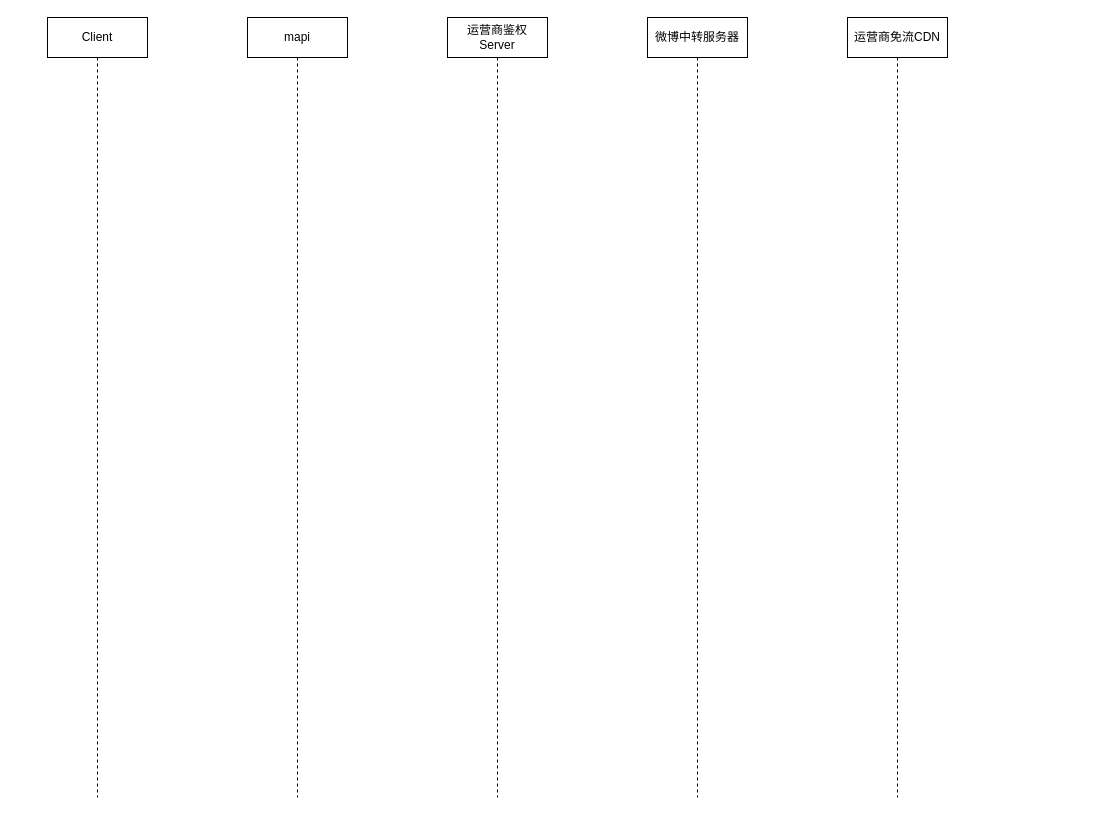
The draw.io diagram page "时序图" (2 of 2) of weibo/微博免流.drawio in huabeiyipilang/disk, before the edit. Source tidied: cells renumbered, new cells numbered last; positions are measured from the earlier drawing's top-left corner, leaving out a move shared by most shapes. Both pictures are drawn from the tidied source at 100%, with x=0, y=0 at pixel (47, 17).
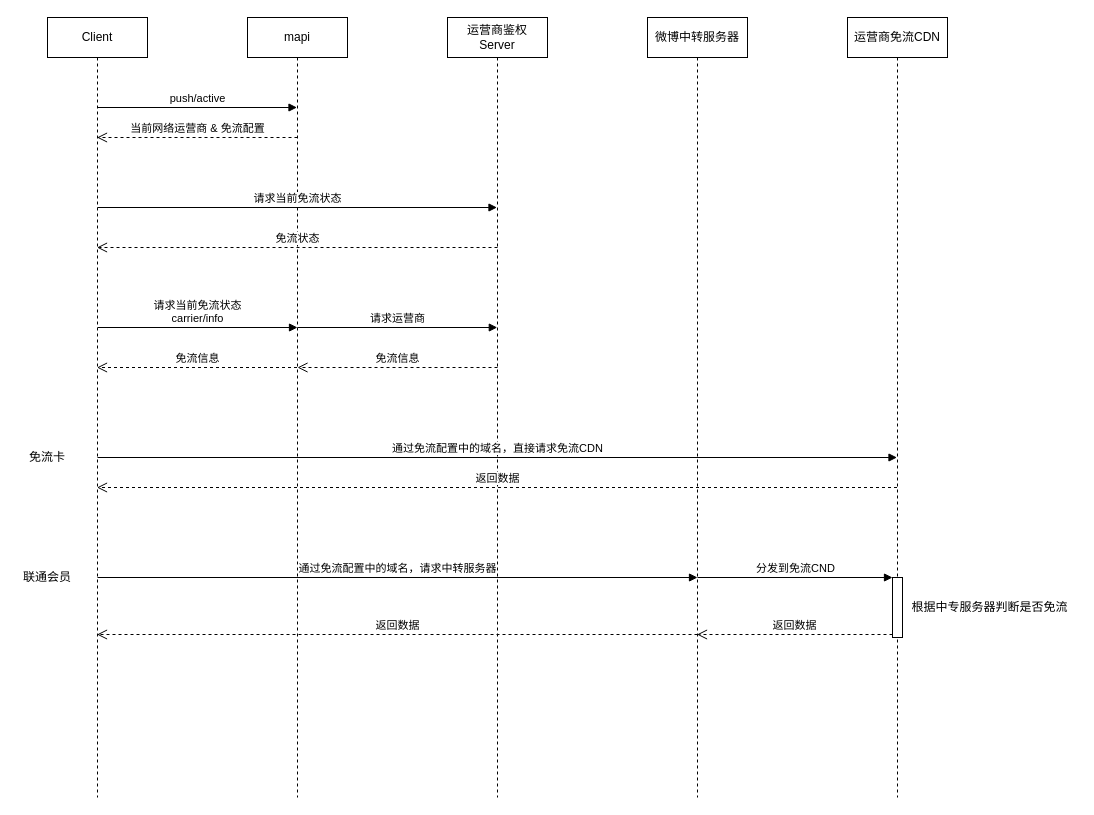
Above is the later version.

Unchanged cells that the change refers to:
```xml
<mxCell id="2" value="Client" style="shape=umlLifeline;perimeter=lifelinePerimeter;whiteSpace=wrap;html=1;outlineConnect=0;" parent="1" vertex="1">
  <mxGeometry width="100" height="780" as="geometry" />
</mxCell>
<mxCell id="3" value="mapi" style="shape=umlLifeline;perimeter=lifelinePerimeter;whiteSpace=wrap;html=1;outlineConnect=0;" parent="1" vertex="1">
  <mxGeometry x="200" width="100" height="780" as="geometry" />
</mxCell>
<mxCell id="4" value="运营商鉴权&lt;br&gt;Server" style="shape=umlLifeline;perimeter=lifelinePerimeter;whiteSpace=wrap;html=1;outlineConnect=0;" parent="1" vertex="1">
  <mxGeometry x="400" width="100" height="780" as="geometry" />
</mxCell>
<mxCell id="5" value="微博中转服务器" style="shape=umlLifeline;perimeter=lifelinePerimeter;whiteSpace=wrap;html=1;outlineConnect=0;" parent="1" vertex="1">
  <mxGeometry x="600" width="100" height="780" as="geometry" />
</mxCell>
<mxCell id="6" value="运营商免流CDN" style="shape=umlLifeline;perimeter=lifelinePerimeter;whiteSpace=wrap;html=1;outlineConnect=0;" parent="1" vertex="1">
  <mxGeometry x="800" width="100" height="780" as="geometry" />
</mxCell>
```

Diff of the diagram source:
```diff
@@
+    <mxCell id="7" value="push/active" style="html=1;verticalAlign=bottom;endArrow=block;" parent="2" edge="1" target="3">
+      <mxGeometry relative="1" as="geometry">
+        <mxPoint x="50" y="90" as="sourcePoint" />
+      </mxGeometry>
+    </mxCell>
@@
+    <mxCell id="8" value="当前网络运营商 &amp;amp; 免流配置" style="html=1;verticalAlign=bottom;endArrow=open;dashed=1;endSize=8;" parent="1" edge="1" target="2">
+      <mxGeometry relative="1" as="geometry">
+        <mxPoint x="250" y="120" as="sourcePoint" />
+      </mxGeometry>
+    </mxCell>
+    <mxCell id="9" value="请求当前免流状态" style="html=1;verticalAlign=bottom;endArrow=block;" parent="1" edge="1" target="4">
+      <mxGeometry relative="1" as="geometry">
+        <mxPoint x="50" y="190" as="sourcePoint" />
+      </mxGeometry>
+    </mxCell>
+    <mxCell id="10" value="免流状态" style="html=1;verticalAlign=bottom;endArrow=open;dashed=1;endSize=8;" parent="1" edge="1" target="2">
+      <mxGeometry relative="1" as="geometry">
+        <mxPoint x="450" y="230" as="sourcePoint" />
+      </mxGeometry>
+    </mxCell>
+    <mxCell id="11" value="请求当前免流状态&lt;br&gt;carrier/info" style="html=1;verticalAlign=bottom;endArrow=block;" parent="1" edge="1">
+      <mxGeometry relative="1" as="geometry">
+        <mxPoint x="50.2" y="310" as="sourcePoint" />
+        <mxPoint x="250" y="310" as="targetPoint" />
+      </mxGeometry>
+    </mxCell>
+    <mxCell id="12" value="免流信息" style="html=1;verticalAlign=bottom;endArrow=open;dashed=1;endSize=8;" parent="1" edge="1" source="3" target="2">
+      <mxGeometry relative="1" as="geometry">
+        <Array as="points">
+          <mxPoint x="140" y="350" />
+        </Array>
+      </mxGeometry>
+    </mxCell>
+    <mxCell id="13" value="请求运营商" style="html=1;verticalAlign=bottom;endArrow=block;" parent="1" edge="1">
+      <mxGeometry relative="1" as="geometry">
+        <mxPoint x="250" y="310" as="sourcePoint" />
+        <mxPoint x="449.8" y="310" as="targetPoint" />
+      </mxGeometry>
+    </mxCell>
+    <mxCell id="14" value="免流信息" style="html=1;verticalAlign=bottom;endArrow=open;dashed=1;endSize=8;" parent="1" edge="1">
+      <mxGeometry relative="1" as="geometry">
+        <mxPoint x="450" y="350" as="sourcePoint" />
+        <mxPoint x="250" y="350" as="targetPoint" />
+        <Array as="points">
+          <mxPoint x="340.5" y="350" />
+        </Array>
+      </mxGeometry>
+    </mxCell>
+    <mxCell id="15" value="通过免流配置中的域名，直接请求免流CDN" style="html=1;verticalAlign=bottom;endArrow=block;" parent="1" edge="1" target="6">
+      <mxGeometry relative="1" as="geometry">
+        <mxPoint x="50" y="440" as="sourcePoint" />
+      </mxGeometry>
+    </mxCell>
+    <mxCell id="16" value="通过免流配置中的域名，请求中转服务器" style="html=1;verticalAlign=bottom;endArrow=block;" parent="1" edge="1">
+      <mxGeometry relative="1" as="geometry">
+        <mxPoint x="50" y="560" as="sourcePoint" />
+        <mxPoint x="650" y="560" as="targetPoint" />
+      </mxGeometry>
+    </mxCell>
+    <mxCell id="17" value="返回数据" style="html=1;verticalAlign=bottom;endArrow=open;dashed=1;endSize=8;" parent="1" edge="1" source="6" target="2">
+      <mxGeometry relative="1" as="geometry">
+        <Array as="points">
+          <mxPoint x="760" y="470" />
+        </Array>
+      </mxGeometry>
+    </mxCell>
+    <mxCell id="18" value="返回数据" style="html=1;verticalAlign=bottom;endArrow=open;dashed=1;endSize=8;" parent="1" edge="1">
+      <mxGeometry relative="1" as="geometry">
+        <mxPoint x="650" y="617" as="sourcePoint" />
+        <mxPoint x="49.5" y="617" as="targetPoint" />
+      </mxGeometry>
+    </mxCell>
+    <mxCell id="19" style="html=1;points=[];perimeter=orthogonalPerimeter;" parent="1" vertex="1">
+      <mxGeometry x="845" y="560" width="10" height="60" as="geometry" />
+    </mxCell>
+    <mxCell id="20" value="分发到免流CND" style="html=1;verticalAlign=bottom;endArrow=block;entryX=0;entryY=0;" parent="1" edge="1" target="19">
+      <mxGeometry relative="1" as="geometry">
+        <mxPoint x="650" y="560" as="sourcePoint" />
+      </mxGeometry>
+    </mxCell>
+    <mxCell id="21" value="返回数据" style="html=1;verticalAlign=bottom;endArrow=open;dashed=1;endSize=8;exitX=0;exitY=0.95;" parent="1" edge="1" source="19" target="5">
+      <mxGeometry relative="1" as="geometry" />
+    </mxCell>
+    <mxCell id="22" value="&lt;span&gt;根据中专服务器判断是否免流&lt;/span&gt;" style="text;html=1;strokeColor=none;fillColor=none;align=center;verticalAlign=middle;whiteSpace=wrap;rounded=0;" parent="1" vertex="1">
+      <mxGeometry x="855" y="580" width="175" height="20" as="geometry" />
+    </mxCell>
+    <mxCell id="23" value="&lt;span&gt;免流卡&lt;/span&gt;" style="text;html=1;strokeColor=none;fillColor=none;align=center;verticalAlign=middle;whiteSpace=wrap;rounded=0;" parent="1" vertex="1">
+      <mxGeometry x="-30" y="430" width="60" height="20" as="geometry" />
+    </mxCell>
+    <mxCell id="24" value="&lt;span&gt;联通会员&lt;/span&gt;" style="text;html=1;strokeColor=none;fillColor=none;align=center;verticalAlign=middle;whiteSpace=wrap;rounded=0;" parent="1" vertex="1">
+      <mxGeometry x="-30" y="550" width="60" height="20" as="geometry" />
+    </mxCell>
```
